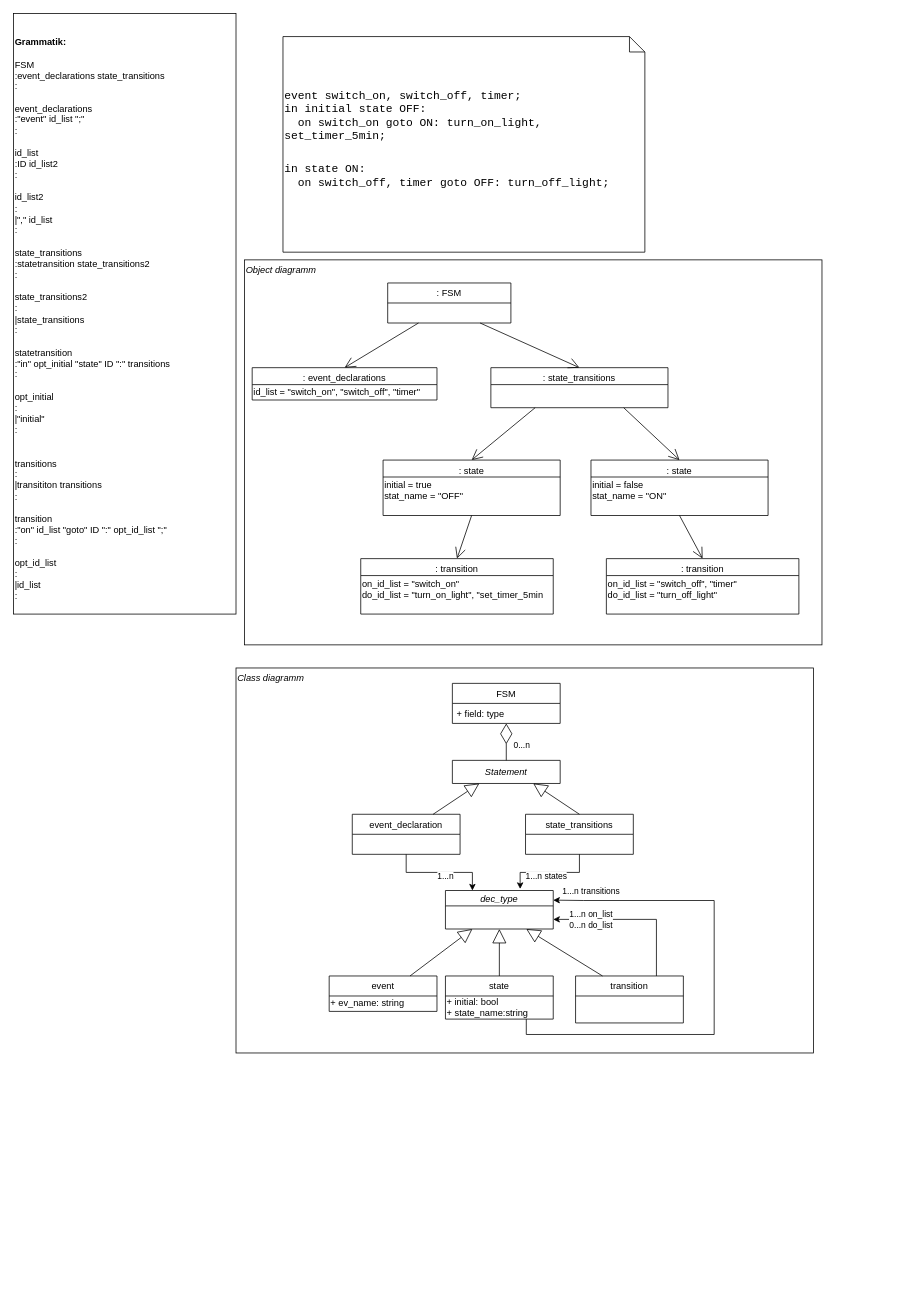
Earlier version of the draw.io diagram ParserAndInterpreter.drawio (LucRome/Automaten). Source tidied: cells renumbered, new cells numbered last; positions are measured from the earlier drawing's top-left corner, leaving out a move shared by most shapes. Both pictures are drawn from the tidied source at 77%, with x=0, y=0 at pixel (13, 13).
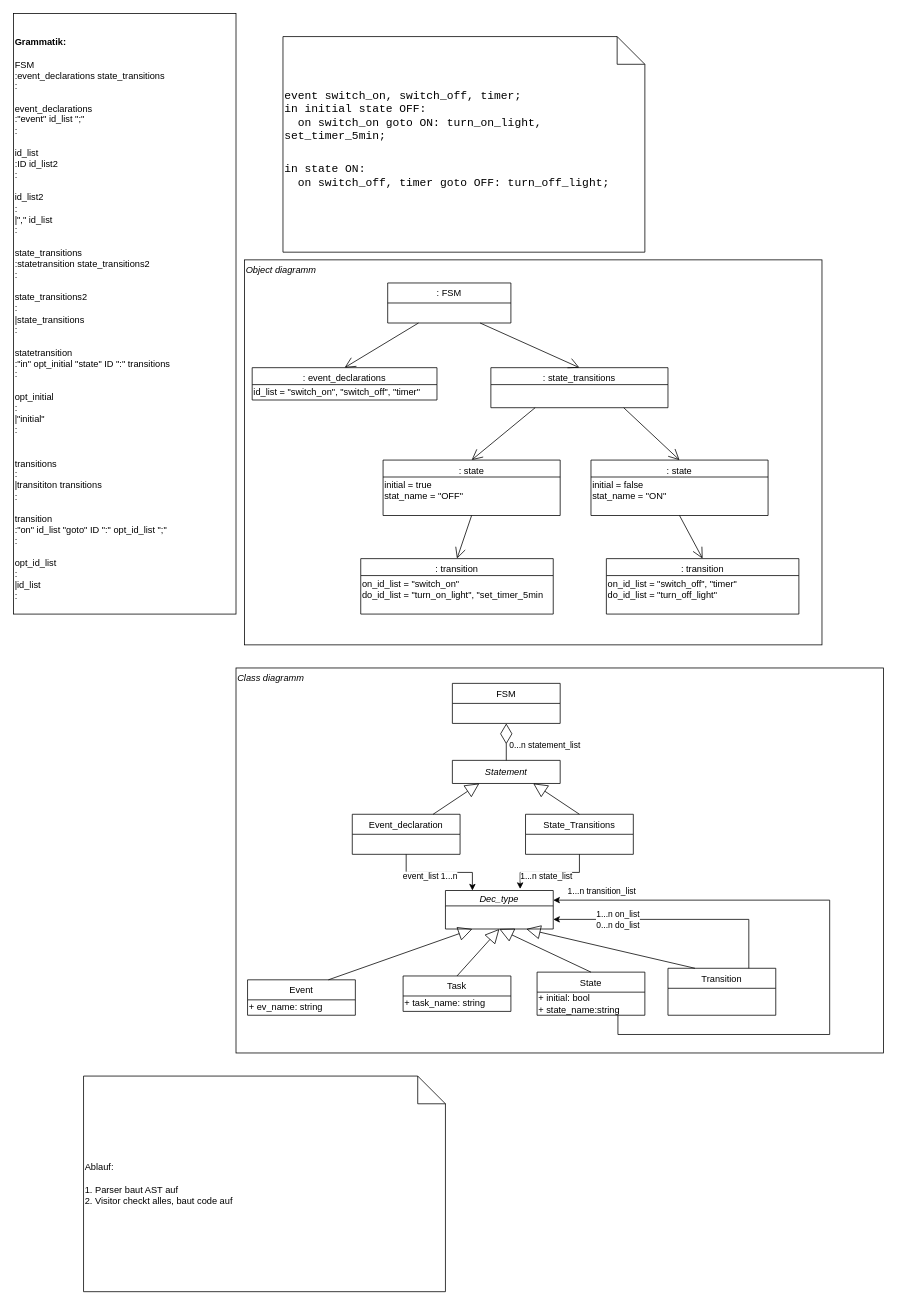
The same page after the edit.

The change refers to these unchanged cells:
```xml
<mxCell id="24" value="FSM" style="swimlane;fontStyle=0;horizontal=1;startSize=26;fillColor=none;" parent="1" vertex="1">
  <mxGeometry x="570" y="870" width="140" height="52" as="geometry" />
</mxCell>
<mxCell id="26" value="Statement" style="swimlane;fontStyle=2;horizontal=1;startSize=40;fillColor=none;" parent="1" vertex="1">
  <mxGeometry x="570" y="970" width="140" height="30" as="geometry" />
</mxCell>
```

Diff of the diagram source:
```diff
@@
-    <mxCell id="7" value="&lt;br&gt;&lt;div align=&quot;left&quot;&gt;&lt;code style=&quot;margin: 0in ; font-family: &amp;#34;consolas&amp;#34; ; font-size: 11.0pt&quot;&gt;event switch_on, switch_off, timer;&lt;/code&gt;&lt;code style=&quot;margin: 0in ; font-family: &amp;#34;consolas&amp;#34; ; font-size: 11.0pt&quot;&gt;&lt;br&gt;&lt;/code&gt;&lt;/div&gt;&lt;div align=&quot;left&quot;&gt;&lt;code style=&quot;margin: 0in ; font-family: &amp;#34;consolas&amp;#34; ; font-size: 11.0pt&quot;&gt;in initia&lt;/code&gt;&lt;code style=&quot;margin: 0in ; font-family: &amp;#34;consolas&amp;#34; ; font-size: 11.0pt&quot;&gt;l state OFF:&lt;/code&gt;&lt;code style=&quot;margin: 0in ; font-family: &amp;#34;consolas&amp;#34; ; font-size: 11.0pt&quot;&gt;&lt;br&gt;&lt;/code&gt;&lt;/div&gt;&lt;div align=&quot;left&quot;&gt;&lt;code style=&quot;margin: 0in ; font-family: &amp;#34;consolas&amp;#34; ; font-size: 11.0pt&quot;&gt;&amp;nbsp; o&lt;/code&gt;&lt;code style=&quot;margin: 0in ; font-family: &amp;#34;consolas&amp;#34; ; font-size: 11.0pt&quot;&gt;n switch_on goto ON: turn_on_light, set_timer_5min;&lt;/code&gt;&lt;br&gt;&lt;br&gt;&lt;p&gt;&lt;code style=&quot;margin: 0in ; font-family: &amp;#34;consolas&amp;#34; ; font-size: 11.0pt&quot;&gt;in state ON:&lt;/code&gt;&lt;code style=&quot;margin: 0in ; font-family: &amp;#34;consolas&amp;#34; ; font-size: 11.0pt&quot;&gt;&lt;br&gt;&amp;nbsp; on&lt;/code&gt;&lt;code style=&quot;margin: 0in ; font-family: &amp;#34;consolas&amp;#34; ; font-size: 11.0pt&quot;&gt; switch_off, timer goto OFF: turn_off_light;&lt;/code&gt;&lt;br&gt;&lt;/p&gt;&lt;br&gt;&lt;/div&gt;" style="shape=note;size=20;whiteSpace=wrap;html=1;align=left;" parent="1" vertex="1">
+    <mxCell id="7" value="&lt;br&gt;&lt;div align=&quot;left&quot;&gt;&lt;code style=&quot;margin: 0in ; font-family: &amp;#34;consolas&amp;#34; ; font-size: 11.0pt&quot;&gt;event switch_on, switch_off, timer;&lt;/code&gt;&lt;code style=&quot;margin: 0in ; font-family: &amp;#34;consolas&amp;#34; ; font-size: 11.0pt&quot;&gt;&lt;br&gt;&lt;/code&gt;&lt;/div&gt;&lt;div align=&quot;left&quot;&gt;&lt;code style=&quot;margin: 0in ; font-family: &amp;#34;consolas&amp;#34; ; font-size: 11.0pt&quot;&gt;in initia&lt;/code&gt;&lt;code style=&quot;margin: 0in ; font-family: &amp;#34;consolas&amp;#34; ; font-size: 11.0pt&quot;&gt;l state OFF:&lt;/code&gt;&lt;code style=&quot;margin: 0in ; font-family: &amp;#34;consolas&amp;#34; ; font-size: 11.0pt&quot;&gt;&lt;br&gt;&lt;/code&gt;&lt;/div&gt;&lt;div align=&quot;left&quot;&gt;&lt;code style=&quot;margin: 0in ; font-family: &amp;#34;consolas&amp;#34; ; font-size: 11.0pt&quot;&gt;&amp;nbsp; o&lt;/code&gt;&lt;code style=&quot;margin: 0in ; font-family: &amp;#34;consolas&amp;#34; ; font-size: 11.0pt&quot;&gt;n switch_on goto ON: turn_on_light, set_timer_5min;&lt;/code&gt;&lt;br&gt;&lt;br&gt;&lt;p&gt;&lt;code style=&quot;margin: 0in ; font-family: &amp;#34;consolas&amp;#34; ; font-size: 11.0pt&quot;&gt;in state ON:&lt;/code&gt;&lt;code style=&quot;margin: 0in ; font-family: &amp;#34;consolas&amp;#34; ; font-size: 11.0pt&quot;&gt;&lt;br&gt;&amp;nbsp; on&lt;/code&gt;&lt;code style=&quot;margin: 0in ; font-family: &amp;#34;consolas&amp;#34; ; font-size: 11.0pt&quot;&gt; switch_off, timer goto OFF: turn_off_light;&lt;/code&gt;&lt;br&gt;&lt;/p&gt;&lt;br&gt;&lt;/div&gt;" style="shape=note;size=36;whiteSpace=wrap;html=1;align=left;" parent="1" vertex="1">
       <mxGeometry x="350" y="30" width="470" height="280" as="geometry" />
     </mxCell>
@@
     <mxCell id="23" value="&lt;div&gt;&lt;i&gt;Class diagramm&lt;/i&gt;&lt;/div&gt;&lt;div&gt;&lt;i&gt;&lt;br&gt;&lt;/i&gt;&lt;/div&gt;&lt;div&gt;&lt;i&gt;&lt;br&gt;&lt;/i&gt;&lt;/div&gt;&lt;div&gt;&lt;i&gt;&lt;br&gt;&lt;/i&gt;&lt;/div&gt;&lt;div&gt;&lt;i&gt;&lt;br&gt;&lt;/i&gt;&lt;/div&gt;&lt;div&gt;&lt;i&gt;&lt;br&gt;&lt;/i&gt;&lt;/div&gt;&lt;div&gt;&lt;i&gt;&lt;br&gt;&lt;/i&gt;&lt;/div&gt;&lt;div&gt;&lt;i&gt;&lt;br&gt;&lt;/i&gt;&lt;/div&gt;&lt;div&gt;&lt;i&gt;&lt;br&gt;&lt;/i&gt;&lt;/div&gt;&lt;div&gt;&lt;i&gt;&lt;br&gt;&lt;/i&gt;&lt;/div&gt;&lt;div&gt;&lt;i&gt;&lt;br&gt;&lt;/i&gt;&lt;/div&gt;&lt;div&gt;&lt;i&gt;&lt;br&gt;&lt;/i&gt;&lt;/div&gt;&lt;div&gt;&lt;i&gt;&lt;br&gt;&lt;/i&gt;&lt;/div&gt;&lt;div&gt;&lt;i&gt;&lt;br&gt;&lt;/i&gt;&lt;/div&gt;&lt;div&gt;&lt;i&gt;&lt;br&gt;&lt;/i&gt;&lt;/div&gt;&lt;div&gt;&lt;i&gt;&lt;br&gt;&lt;/i&gt;&lt;/div&gt;&lt;div&gt;&lt;i&gt;&lt;br&gt;&lt;/i&gt;&lt;/div&gt;&lt;div&gt;&lt;i&gt;&lt;br&gt;&lt;/i&gt;&lt;/div&gt;&lt;div&gt;&lt;i&gt;&lt;br&gt;&lt;/i&gt;&lt;/div&gt;&lt;div&gt;&lt;i&gt;&lt;br&gt;&lt;/i&gt;&lt;/div&gt;&lt;div&gt;&lt;i&gt;&lt;br&gt;&lt;/i&gt;&lt;/div&gt;&lt;div&gt;&lt;i&gt;&lt;br&gt;&lt;/i&gt;&lt;/div&gt;&lt;div&gt;&lt;i&gt;&lt;br&gt;&lt;/i&gt;&lt;/div&gt;&lt;div&gt;&lt;i&gt;&lt;br&gt;&lt;/i&gt;&lt;/div&gt;&lt;div&gt;&lt;i&gt;&lt;br&gt;&lt;/i&gt;&lt;/div&gt;&lt;div&gt;&lt;i&gt;&lt;br&gt;&lt;/i&gt;&lt;/div&gt;&lt;div&gt;&lt;i&gt;&lt;br&gt;&lt;/i&gt;&lt;/div&gt;&lt;div&gt;&lt;i&gt;&lt;br&gt;&lt;/i&gt;&lt;/div&gt;&lt;div&gt;&lt;i&gt;&lt;br&gt;&lt;/i&gt;&lt;/div&gt;&lt;div&gt;&lt;i&gt;&lt;br&gt;&lt;/i&gt;&lt;/div&gt;&lt;div&gt;&lt;i&gt;&lt;br&gt;&lt;/i&gt;&lt;/div&gt;&lt;div&gt;&lt;i&gt;&lt;br&gt;&lt;/i&gt;&lt;/div&gt;&lt;div&gt;&lt;i&gt;&lt;br&gt;&lt;/i&gt;&lt;/div&gt;&lt;div&gt;&lt;i&gt;&lt;br&gt;&lt;/i&gt;&lt;/div&gt;" style="rounded=0;whiteSpace=wrap;html=1;align=left;" parent="1" vertex="1">
-      <mxGeometry x="289" y="850" width="750" height="500" as="geometry" />
+      <mxGeometry x="289" y="850" width="841" height="500" as="geometry" />
     </mxCell>
@@
-    <mxCell id="25" value="+ field: type" style="text;strokeColor=none;fillColor=none;align=left;verticalAlign=top;spacingLeft=4;spacingRight=4;overflow=hidden;" parent="24" vertex="1">
+    <mxCell id="25" value="&#10;" style="text;strokeColor=none;fillColor=none;align=left;verticalAlign=top;spacingLeft=4;spacingRight=4;overflow=hidden;" parent="24" vertex="1">
       <mxGeometry y="26" width="140" height="26" as="geometry" />
     </mxCell>
@@
-    <mxCell id="27" value="&lt;div&gt;0...n&lt;/div&gt;" style="endArrow=diamondThin;endFill=0;endSize=24;html=1;entryX=0.5;entryY=1;entryDx=0;entryDy=0;exitX=0.5;exitY=0;exitDx=0;exitDy=0;" parent="1" edge="1" source="26" target="24">
-      <mxGeometry x="-0.17" y="-20" relative="1" as="geometry" />
+    <mxCell id="27" value="&lt;div&gt;0...n statement_list&lt;br&gt;&lt;/div&gt;" style="endArrow=diamondThin;endFill=0;endSize=24;html=1;entryX=0.5;entryY=1;entryDx=0;entryDy=0;exitX=0.5;exitY=0;exitDx=0;exitDy=0;" parent="1" edge="1" source="26" target="24">
+      <mxGeometry x="-0.17" y="-50" relative="1" as="geometry" />
     </mxCell>
-    <mxCell id="28" value="1...n" style="edgeStyle=orthogonalEdgeStyle;rounded=0;jettySize=auto;html=1;exitX=0.5;exitY=1;exitDx=0;exitDy=0;entryX=0.25;entryY=0;entryDx=0;entryDy=0;" parent="1" edge="1" source="29" target="41">
-      <mxGeometry x="0.11" y="-4" relative="1" as="geometry">
-        <mxPoint y="1" as="offset" />
+    <mxCell id="28" value="event_list 1...n" style="edgeStyle=orthogonalEdgeStyle;rounded=0;jettySize=auto;html=1;exitX=0.5;exitY=1;exitDx=0;exitDy=0;entryX=0.25;entryY=0;entryDx=0;entryDy=0;" parent="1" edge="1" source="29" target="41">
+      <mxGeometry x="-0.2" y="-4" relative="1" as="geometry">
+        <mxPoint x="1" y="1" as="offset" />
       </mxGeometry>
     </mxCell>
-    <mxCell id="29" value="event_declaration" style="swimlane;fontStyle=0;horizontal=1;startSize=26;fillColor=none;" parent="1" vertex="1">
+    <mxCell id="29" value="Event_declaration" style="swimlane;fontStyle=0;horizontal=1;startSize=26;fillColor=none;" parent="1" vertex="1">
       <mxGeometry x="440" y="1040" width="140" height="52" as="geometry" />
     </mxCell>
@@
-    <mxCell id="31" value="1...n states" style="edgeStyle=orthogonalEdgeStyle;rounded=0;jettySize=auto;html=1;exitX=0.5;exitY=1;exitDx=0;exitDy=0;entryX=0.693;entryY=-0.04;entryDx=0;entryDy=0;entryPerimeter=0;" parent="1" edge="1" source="32" target="41">
+    <mxCell id="31" value="1...n state_list" style="edgeStyle=orthogonalEdgeStyle;rounded=0;jettySize=auto;html=1;exitX=0.5;exitY=1;exitDx=0;exitDy=0;entryX=0.693;entryY=-0.04;entryDx=0;entryDy=0;entryPerimeter=0;" parent="1" edge="1" source="32" target="41">
       <mxGeometry x="0.12" y="5" relative="1" as="geometry">
         <mxPoint x="1" as="offset" />
       </mxGeometry>
     </mxCell>
-    <mxCell id="32" value="state_transitions" style="swimlane;fontStyle=0;horizontal=1;startSize=26;fillColor=none;" parent="1" vertex="1">
+    <mxCell id="32" value="State_Transitions" style="swimlane;fontStyle=0;horizontal=1;startSize=26;fillColor=none;" parent="1" vertex="1">
       <mxGeometry x="665" y="1040" width="140" height="52" as="geometry" />
     </mxCell>
@@
-    <mxCell id="34" value="event" style="swimlane;fontStyle=0;horizontal=1;startSize=26;fillColor=none;" parent="1" vertex="1">
-      <mxGeometry x="410" y="1250" width="140" height="46" as="geometry" />
+    <mxCell id="34" value="Event" style="swimlane;fontStyle=0;horizontal=1;startSize=26;fillColor=none;" parent="1" vertex="1">
+      <mxGeometry x="304" y="1255" width="140" height="46" as="geometry" />
     </mxCell>
@@
     <mxCell id="36" value="&lt;div&gt;1...n on_list&lt;/div&gt;0...n do_list" style="edgeStyle=orthogonalEdgeStyle;rounded=0;jettySize=auto;html=1;exitX=0.75;exitY=0;exitDx=0;exitDy=0;entryX=1;entryY=0.75;entryDx=0;entryDy=0;" parent="1" edge="1" source="37" target="41">
-      <mxGeometry x="0.53" relative="1" as="geometry" />
+      <mxGeometry x="0.51" y="-5" relative="1" as="geometry">
+        <mxPoint x="6" y="5" as="offset" />
+      </mxGeometry>
     </mxCell>
-    <mxCell id="37" value="transition" style="swimlane;fontStyle=0;horizontal=1;startSize=26;fillColor=none;" parent="1" vertex="1">
-      <mxGeometry x="730" y="1250" width="140" height="61" as="geometry" />
+    <mxCell id="37" value="Transition" style="swimlane;fontStyle=0;horizontal=1;startSize=26;fillColor=none;" parent="1" vertex="1">
+      <mxGeometry x="850" y="1240" width="140" height="61" as="geometry" />
     </mxCell>
-    <mxCell id="38" value="1...n transitions" style="edgeStyle=orthogonalEdgeStyle;rounded=0;jettySize=auto;html=1;exitX=0.75;exitY=1;exitDx=0;exitDy=0;entryX=1;entryY=0.25;entryDx=0;entryDy=0;" parent="1" edge="1" source="39" target="41">
+    <mxCell id="38" value="1...n transition_list" style="edgeStyle=orthogonalEdgeStyle;rounded=0;jettySize=auto;html=1;exitX=0.75;exitY=1;exitDx=0;exitDy=0;entryX=1;entryY=0.25;entryDx=0;entryDy=0;" parent="1" edge="1" source="39" target="41">
       <mxGeometry x="0.85" y="-12" relative="1" as="geometry">
         <Array as="points">
-          <mxPoint x="666" y="1326" />
-          <mxPoint x="910" y="1326" />
-          <mxPoint x="910" y="1152" />
-          <mxPoint x="740" y="1152" />
+          <mxPoint x="785" y="1326" />
+          <mxPoint x="1060" y="1326" />
+          <mxPoint x="1060" y="1152" />
         </Array>
       </mxGeometry>
     </mxCell>
-    <mxCell id="39" value="state" style="swimlane;fontStyle=0;horizontal=1;startSize=26;fillColor=none;" parent="1" vertex="1">
-      <mxGeometry x="561" y="1250" width="140" height="56" as="geometry" />
+    <mxCell id="39" value="State" style="swimlane;fontStyle=0;horizontal=1;startSize=26;fillColor=none;" parent="1" vertex="1">
+      <mxGeometry x="680" y="1245" width="140" height="56" as="geometry" />
     </mxCell>
@@
-    <mxCell id="41" value="dec_type" style="swimlane;fontStyle=2;horizontal=1;startSize=20;fillColor=none;" parent="1" vertex="1">
+    <mxCell id="41" value="Dec_type" style="swimlane;fontStyle=2;horizontal=1;startSize=20;fillColor=none;" parent="1" vertex="1">
       <mxGeometry x="561" y="1139" width="140" height="50" as="geometry" />
     </mxCell>
@@
+    <mxCell id="45" value="&lt;div&gt;Ablauf:&lt;/div&gt;&lt;div&gt;&lt;br&gt;&lt;/div&gt;&lt;div&gt;1. Parser baut AST auf&lt;/div&gt;&lt;div&gt;2. Visitor checkt alles, baut code auf&lt;br&gt;&lt;/div&gt;" style="shape=note;size=36;whiteSpace=wrap;html=1;align=left;" parent="1" vertex="1">
+      <mxGeometry x="91" y="1380" width="470" height="280" as="geometry" />
+    </mxCell>
+    <mxCell id="46" value="Task" style="swimlane;fontStyle=0;horizontal=1;startSize=26;fillColor=none;" parent="1" vertex="1">
+      <mxGeometry x="506" y="1250" width="140" height="46" as="geometry" />
+    </mxCell>
+    <mxCell id="47" value="&lt;div align=&quot;left&quot;&gt;+ task_name: string&lt;/div&gt;" style="text;html=1;align=left;verticalAlign=middle;" parent="46" vertex="1">
+      <mxGeometry y="26" width="140" height="20" as="geometry" />
+    </mxCell>
+    <mxCell id="48" value="&lt;div&gt;&lt;br&gt;&lt;/div&gt;" style="endArrow=block;endSize=16;endFill=0;html=1;exitX=0.5;exitY=0;exitDx=0;exitDy=0;entryX=0.5;entryY=1;entryDx=0;entryDy=0;" parent="1" edge="1" source="46" target="41">
+      <mxGeometry x="-0.06" y="1" relative="1" as="geometry" />
+    </mxCell>
```
